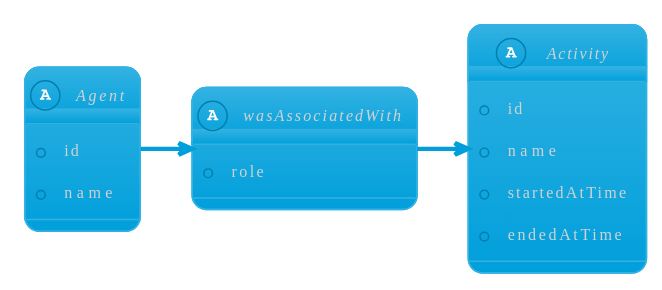
Above: docs/diagrams/out/association.svg in chronicleworks/chronicle (PlantUML), before the change.
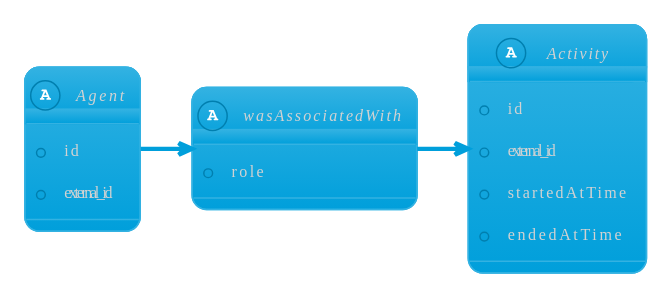
Above is the later version.

Diff of the diagram source:
```diff
@@ -3,12 +3,12 @@
 
 abstract Agent {
 + id
-+ name
++ external_id
 }
 
 abstract Activity {
 + id
-+ name
++ external_id
 + startedAtTime
 + endedAtTime
 }
```
